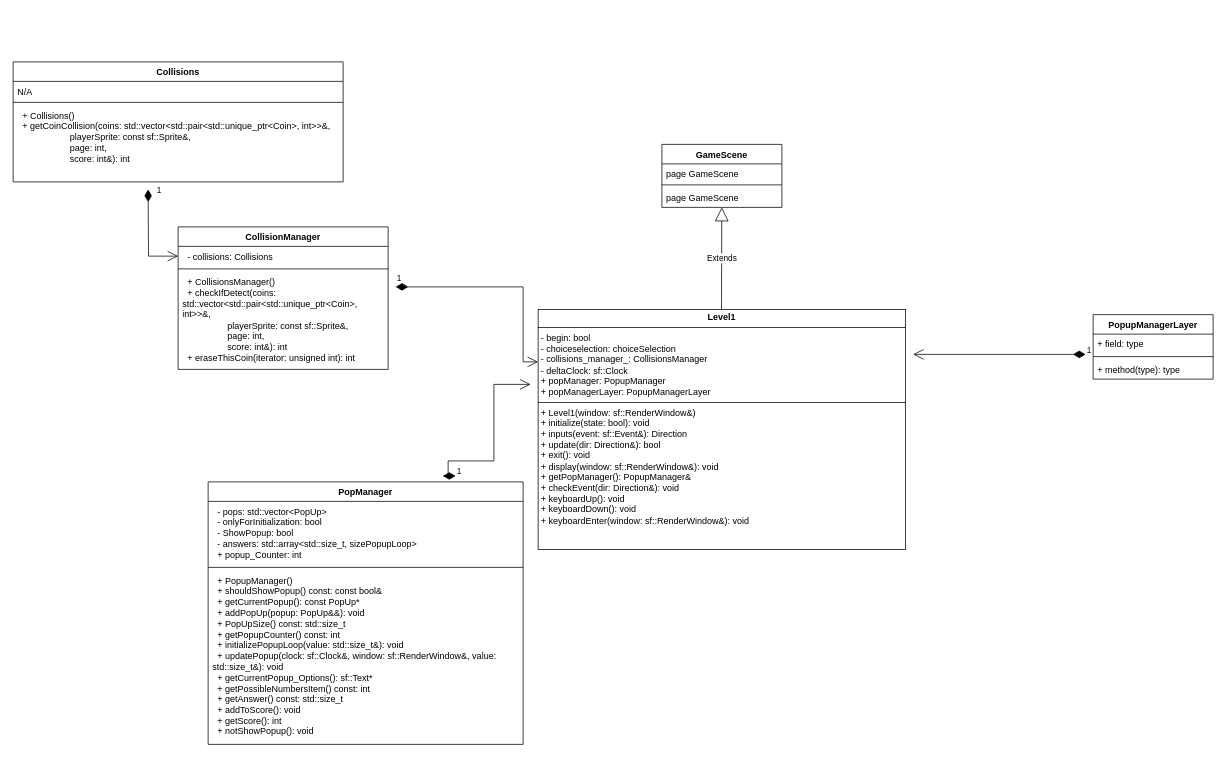
Above: page "Level1" (3 of 5) of Diagramme sans nom.drawio in Bird120/FlightToHFT (draw.io), before the change. Source tidied: cells renumbered, new cells numbered last; positions are measured from the earlier drawing's top-left corner, leaving out a move shared by most shapes. Both pictures are drawn from the tidied source at 75%, with x=0, y=0 at pixel (13, 62).
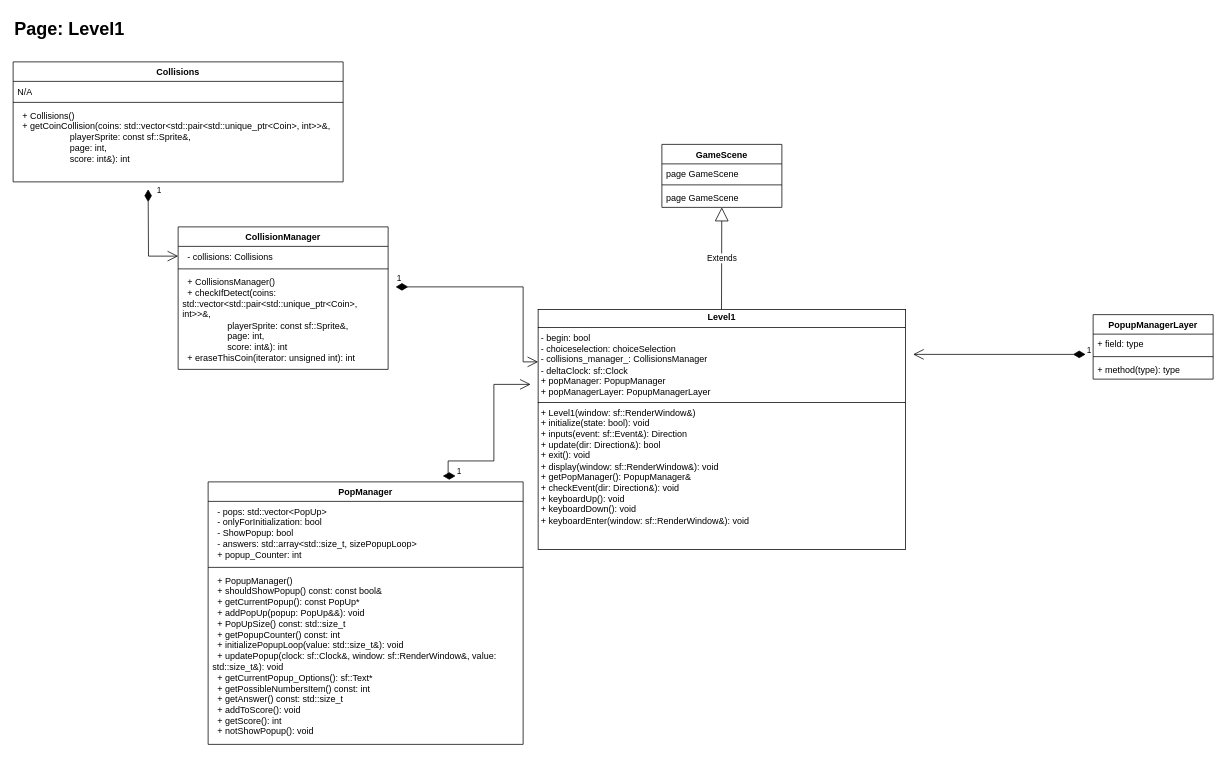
The same page after the edit.

Change to the diagram source:
```diff
@@
+    <mxCell id="31" value="&lt;b&gt;&lt;font style=&quot;font-size: 24px;&quot;&gt;Page: Level1&lt;/font&gt;&lt;/b&gt;" style="text;whiteSpace=wrap;html=1;" parent="1" vertex="1">
+      <mxGeometry y="-65" width="160" height="40" as="geometry" />
+    </mxCell>
```
